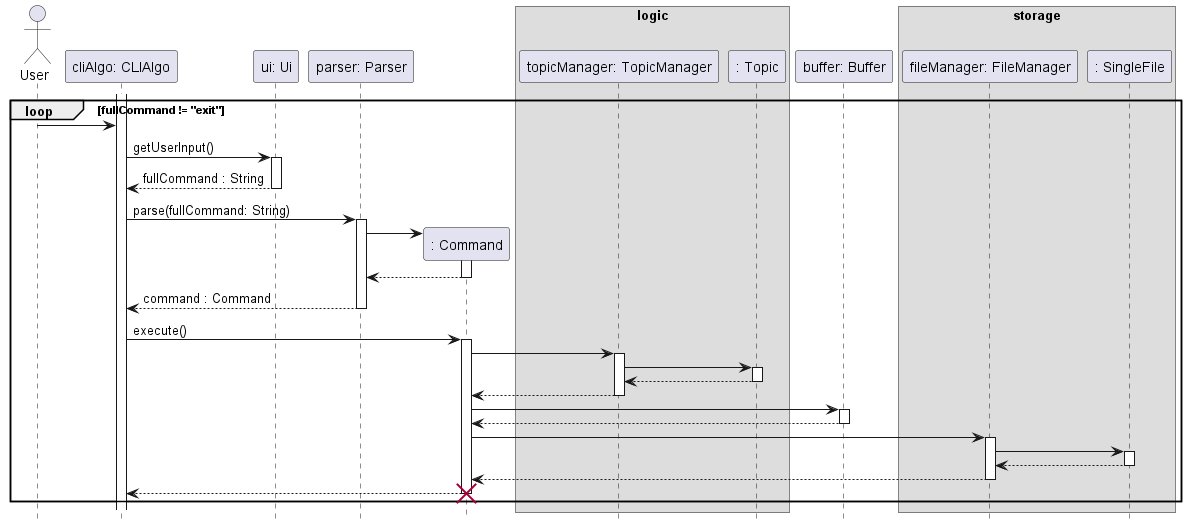
Above: docs/sequence-diagrams/diagrams/Architecture.png in ong-ck/tp (PlantUML), before the change.
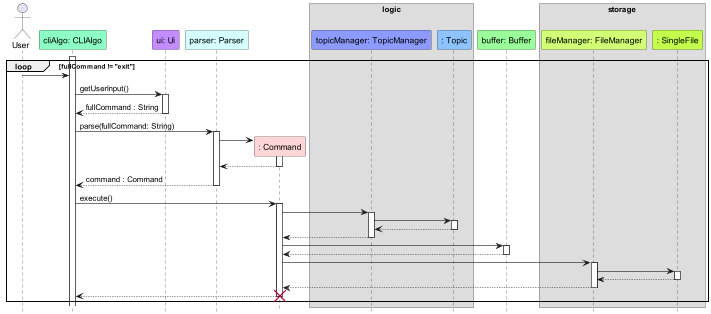
The same diagram one commit later.

What changed in the source:
```diff
@@ -1,19 +1,20 @@
 @startuml
+!include ../../style.iuml
 hide footbox
 
 actor User
-participant "cliAlgo: CLIAlgo" as CLIAlgo
-participant "ui: Ui" as Ui
-participant "parser: Parser" as Parser
-participant ": Command" as Command
+participant "cliAlgo: CLIAlgo" as CLIAlgo CLIAlgo_STYLE
+participant "ui: Ui" as Ui Ui_STYLE
+participant "parser: Parser" as Parser Parser_STYLE
+participant ": Command" as Command Command_STYLE
 box logic
-participant "topicManager: TopicManager" as TopicManager
-participant ": Topic" as Topic
+participant "topicManager: TopicManager" as TopicManager TopicManager_STYLE
+participant ": Topic" as Topic Topic_STYLE
 end box
-participant "buffer: Buffer" as Buffer
+participant "buffer: Buffer" as Buffer Buffer_STYLE
 box storage
-participant "fileManager: FileManager" as FileManager
-participant ": SingleFile" as SingleFile
+participant "fileManager: FileManager" as FileManager FileManager_STYLE
+participant ": SingleFile" as SingleFile SingleFile_STYLE
 end box
 
 activate CLIAlgo
```
